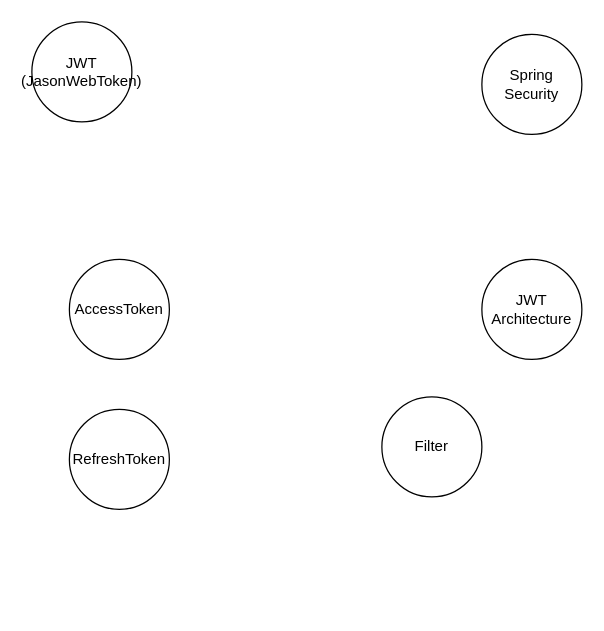
Above: JWT.drawio in HJC96/Study (draw.io), before the change. Source tidied: cells renumbered, new cells numbered last; positions are measured from the earlier drawing's top-left corner, leaving out a move shared by most shapes. Both pictures are drawn from the tidied source at 125%, with x=0, y=0 at pixel (31, 21).
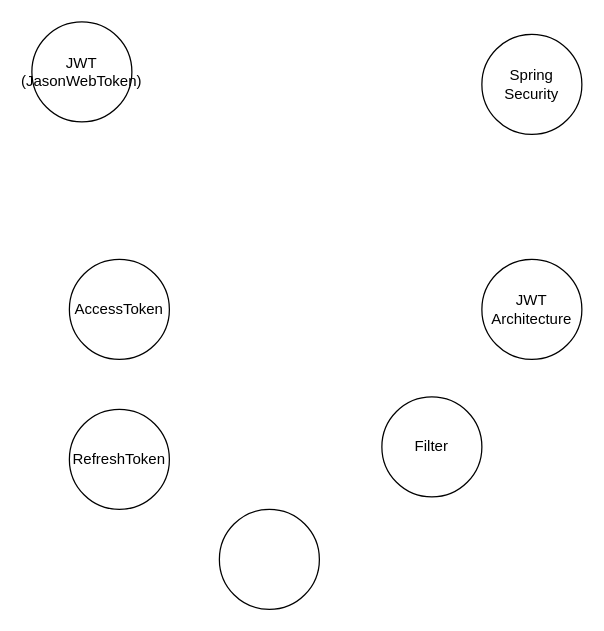
The same diagram, later.

Diff of the diagram source:
```diff
@@
 <mxGraphModel>
   <root>
     <mxCell id="0" />
     <mxCell id="1" parent="0" />
     <mxCell id="2" value="JWT&lt;br&gt;(JasonWebToken)" style="ellipse;whiteSpace=wrap;html=1;" parent="1" vertex="1">
       <mxGeometry width="80" height="80" as="geometry" />
     </mxCell>
     <mxCell id="3" value="Spring Security" style="ellipse;whiteSpace=wrap;html=1;" parent="1" vertex="1">
       <mxGeometry x="360" y="10" width="80" height="80" as="geometry" />
     </mxCell>
     <mxCell id="4" value="AccessToken" style="ellipse;whiteSpace=wrap;html=1;" parent="1" vertex="1">
       <mxGeometry x="30" y="190" width="80" height="80" as="geometry" />
     </mxCell>
     <mxCell id="5" value="RefreshToken" style="ellipse;whiteSpace=wrap;html=1;" parent="1" vertex="1">
       <mxGeometry x="30" y="310" width="80" height="80" as="geometry" />
     </mxCell>
     <mxCell id="6" value="JWT Architecture" style="ellipse;whiteSpace=wrap;html=1;" parent="1" vertex="1">
       <mxGeometry x="360" y="190" width="80" height="80" as="geometry" />
     </mxCell>
     <mxCell id="7" value="Filter" style="ellipse;whiteSpace=wrap;html=1;" parent="1" vertex="1">
       <mxGeometry x="280" y="300" width="80" height="80" as="geometry" />
     </mxCell>
+    <mxCell id="8" style="ellipse;whiteSpace=wrap;html=1;" parent="1" vertex="1">
+      <mxGeometry x="150" y="390" width="80" height="80" as="geometry" />
+    </mxCell>
   </root>
 </mxGraphModel>
```
